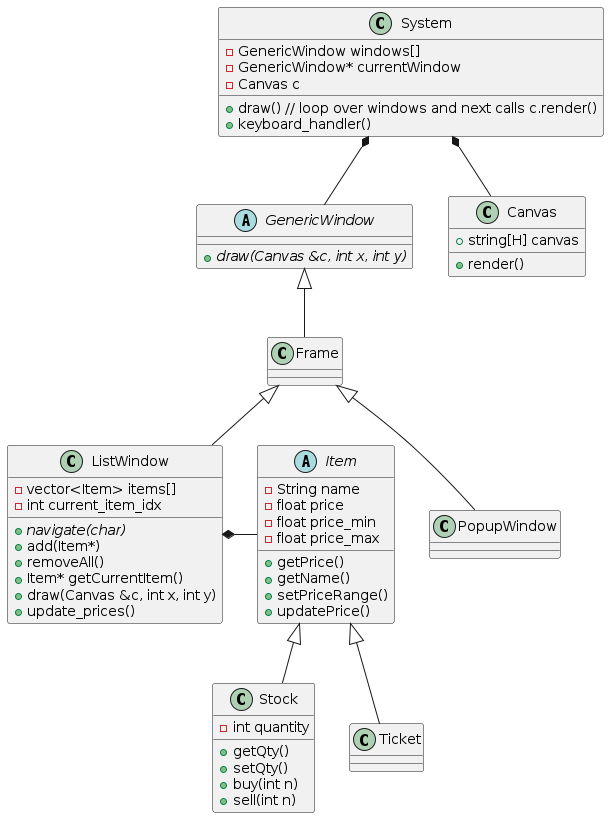
plpabla/dealg keeps this PlantUML diagram as out/doc/high_level/high_level.png. Above is the earlier version.
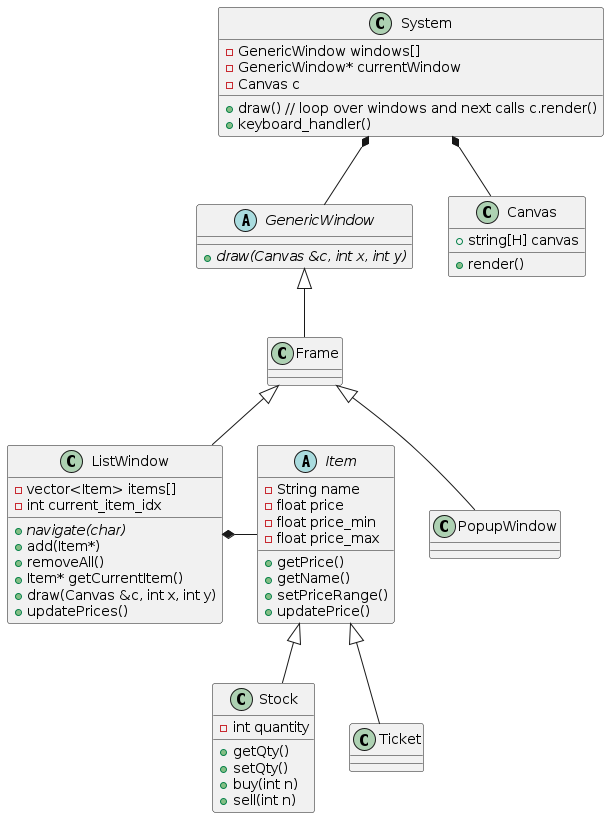
After the commit.

Commit message:
add updatePrices() for ListWindow

Change to the diagram source:
```diff
@@ -35,7 +35,7 @@
     + removeAll()
     + Item* getCurrentItem()
     + draw(Canvas &c, int x, int y)
-    + update_prices()
+    + updatePrices()
 }
 Frame <|-- ListWindow
 Frame <|-- PopupWindow
```
